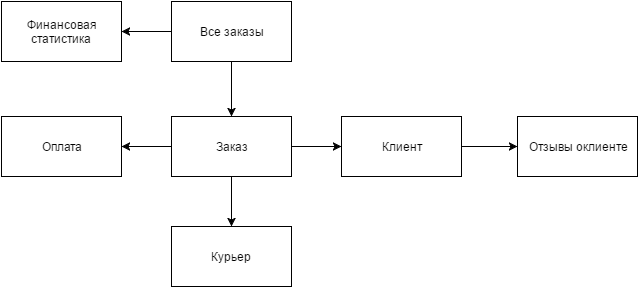
Nordth/istu-lab-upp-2016-2017 keeps this draw.io diagram as Ивыгин_Трофимов_Автоматизация_курьерских_услугэ/lab2_1.png. Above is the earlier version. Source tidied: cells renumbered, new cells last; positions are measured from the earlier drawing's top-left corner, leaving out a move shared by most shapes.
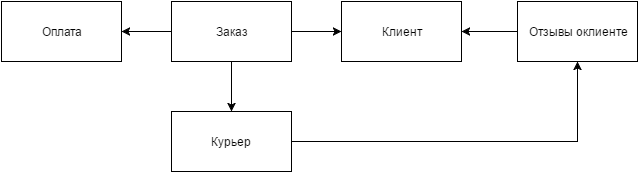
After the change.

Diff of the diagram source:
```diff
@@ -14,30 +14,21 @@
     <mxCell id="5" value="Заказ" style="whiteSpace=wrap;html=1;" parent="1" vertex="1">
       <mxGeometry x="170" y="115" width="120" height="60" as="geometry" />
     </mxCell>
+    <mxCell id="15" style="edgeStyle=orthogonalEdgeStyle;rounded=0;html=1;entryX=0.5;entryY=1;jettySize=auto;" parent="1" edge="1" source="6" target="12">
+      <mxGeometry relative="1" as="geometry" />
+    </mxCell>
     <mxCell id="6" value="Курьер" style="whiteSpace=wrap;html=1;" parent="1" vertex="1">
       <mxGeometry x="170" y="225" width="120" height="60" as="geometry" />
     </mxCell>
-    <mxCell id="7" style="edgeStyle=orthogonalEdgeStyle;rounded=0;html=1;jettySize=auto;" parent="1" edge="1" source="9" target="5">
-      <mxGeometry relative="1" as="geometry" />
-    </mxCell>
-    <mxCell id="8" style="edgeStyle=orthogonalEdgeStyle;rounded=0;html=1;jettySize=auto;" parent="1" edge="1" source="9" target="13">
-      <mxGeometry relative="1" as="geometry" />
-    </mxCell>
-    <mxCell id="9" value="Все заказы" style="whiteSpace=wrap;html=1;" parent="1" vertex="1">
-      <mxGeometry x="170" width="120" height="60" as="geometry" />
-    </mxCell>
-    <mxCell id="10" style="edgeStyle=orthogonalEdgeStyle;rounded=0;html=1;jettySize=auto;" parent="1" edge="1" source="11" target="12">
-      <mxGeometry relative="1" as="geometry" />
-    </mxCell>
     <mxCell id="11" value="Клиент" style="whiteSpace=wrap;html=1;" parent="1" vertex="1">
       <mxGeometry x="340" y="115" width="120" height="60" as="geometry" />
     </mxCell>
+    <mxCell id="16" style="edgeStyle=orthogonalEdgeStyle;rounded=0;html=1;entryX=1;entryY=0.5;jettySize=auto;" parent="1" edge="1" source="12" target="11">
+      <mxGeometry relative="1" as="geometry" />
+    </mxCell>
     <mxCell id="12" value="Отзывы оклиенте" style="whiteSpace=wrap;html=1;" parent="1" vertex="1">
       <mxGeometry x="516" y="115" width="120" height="60" as="geometry" />
     </mxCell>
-    <mxCell id="13" value="Финансовая статистика" style="whiteSpace=wrap;html=1;" parent="1" vertex="1">
-      <mxGeometry width="120" height="60" as="geometry" />
-    </mxCell>
     <mxCell id="14" value="Оплата" style="whiteSpace=wrap;html=1;" parent="1" vertex="1">
       <mxGeometry y="115" width="120" height="60" as="geometry" />
     </mxCell>
```
